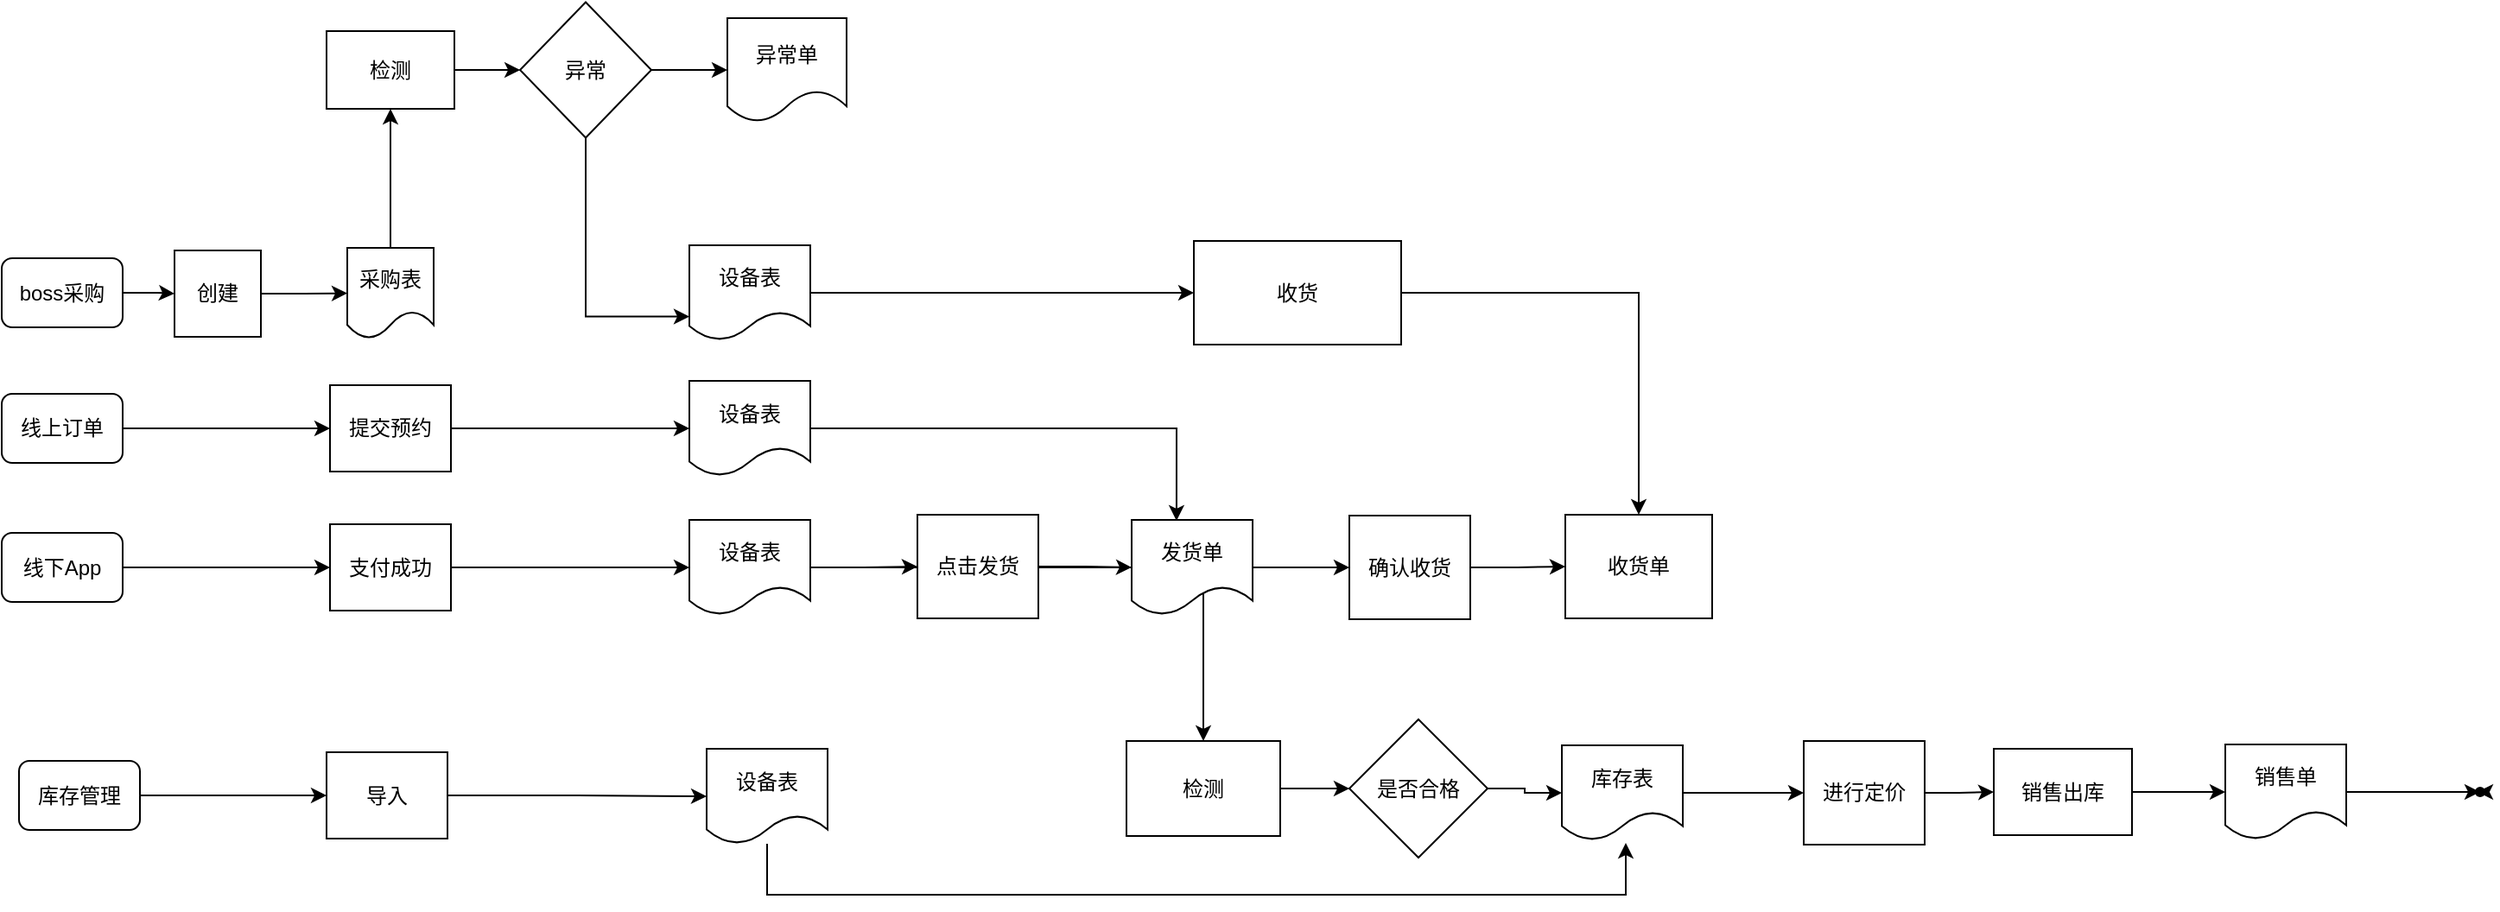
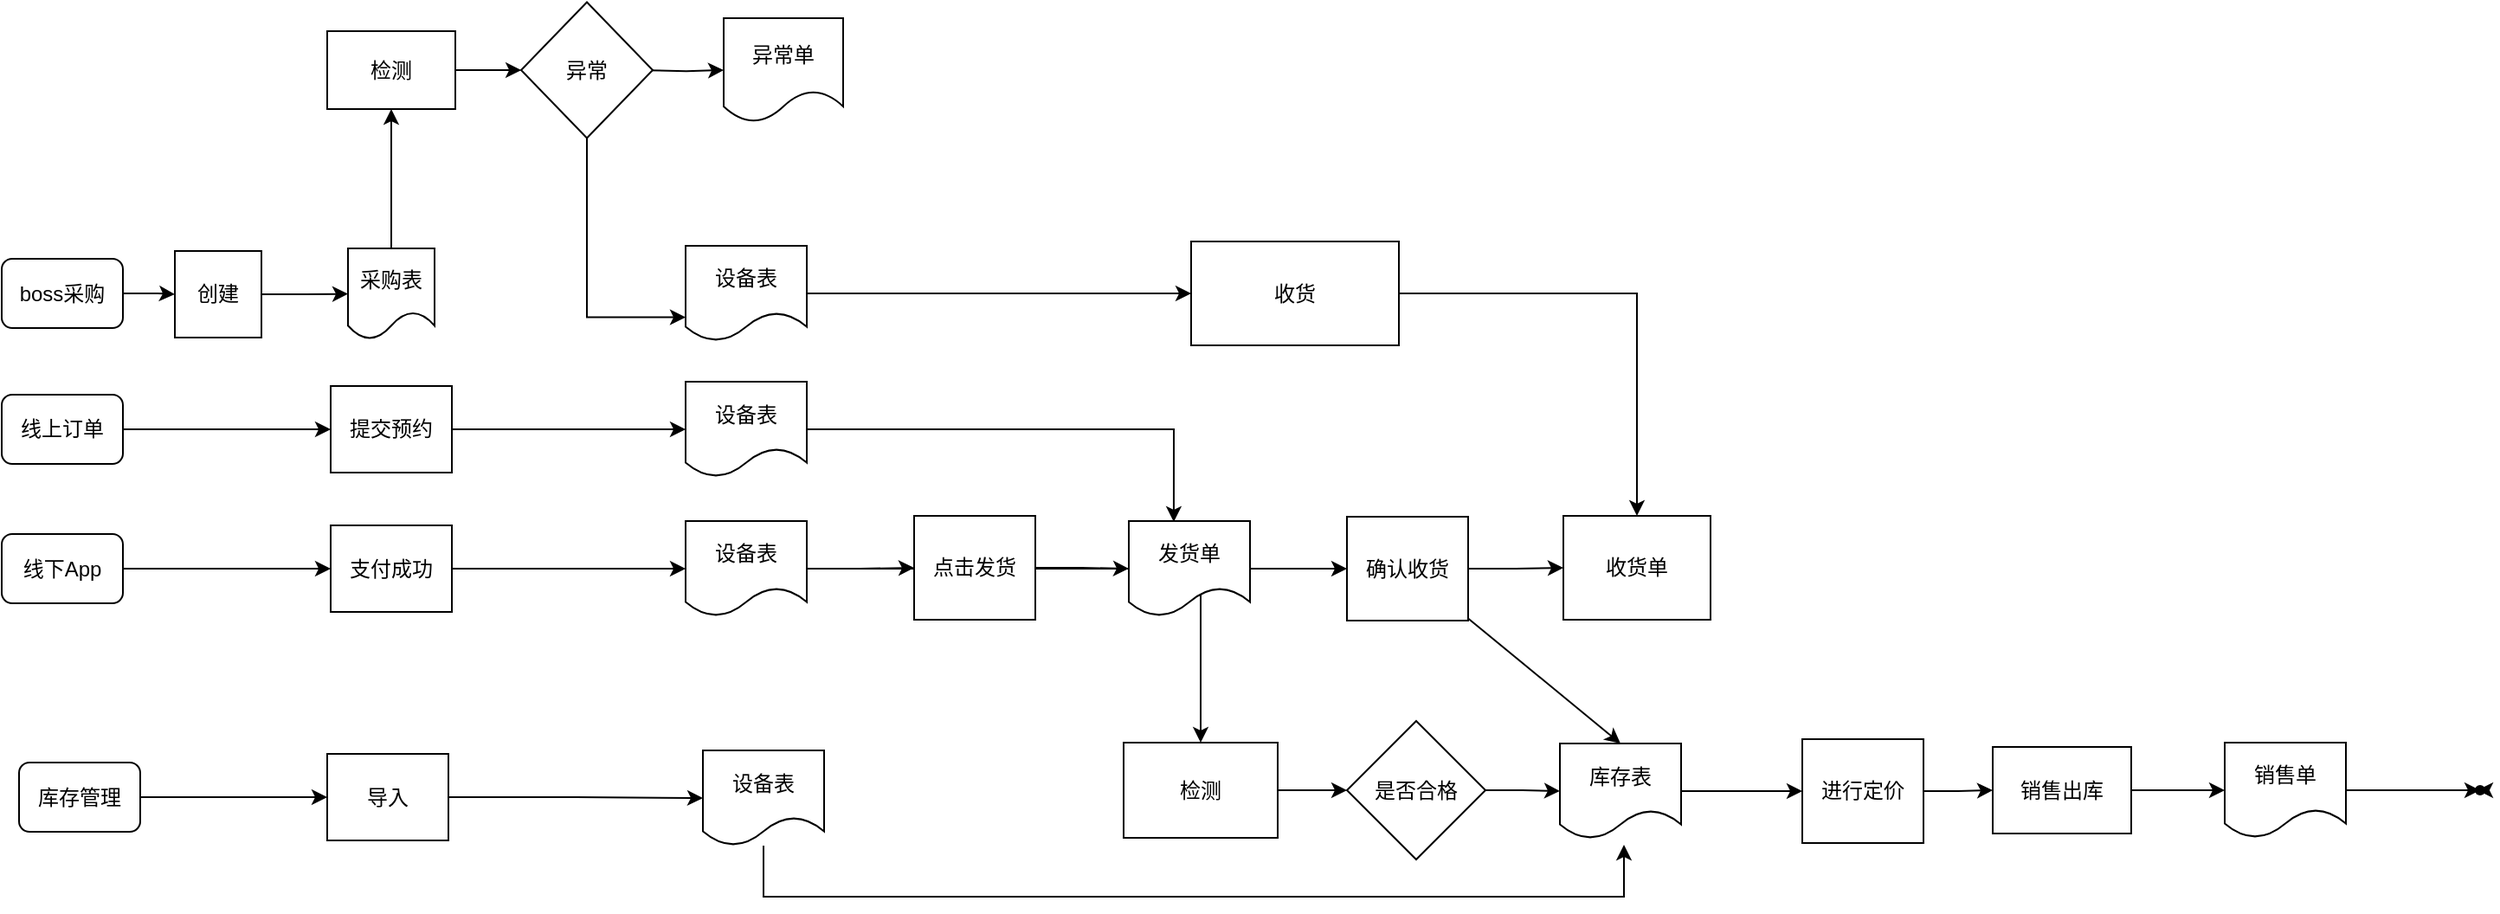
<mxfile host="app.diagrams.net">
  <diagram name="第 1 页" id="s3CgnVwbfZmktE_ADOAM">
    <mxGraphModel dx="1414" dy="1899" grid="1" gridSize="10" guides="1" tooltips="1" connect="1" arrows="1" fold="1" page="1" pageScale="1" pageWidth="827" pageHeight="1169" math="0" shadow="0">
      <root>
        <mxCell id="0" />
        <mxCell id="1" parent="0" />
        <mxCell id="9bAV4iDaCewVaVFpZhyE-6" edge="1" parent="1" source="9bAV4iDaCewVaVFpZhyE-1" style="edgeStyle=orthogonalEdgeStyle;rounded=0;orthogonalLoop=1;jettySize=auto;html=1;entryX=0;entryY=0.5;entryDx=0;entryDy=0;" target="9bAV4iDaCewVaVFpZhyE-5">
          <mxGeometry relative="1" as="geometry" />
        </mxCell>
        <mxCell id="9bAV4iDaCewVaVFpZhyE-1" parent="1" style="rounded=1;whiteSpace=wrap;html=1;" value="线上订单" vertex="1">
          <mxGeometry height="40" width="70" x="100" y="200" as="geometry" />
        </mxCell>
        <mxCell id="9bAV4iDaCewVaVFpZhyE-8" edge="1" parent="1" source="9bAV4iDaCewVaVFpZhyE-2" style="edgeStyle=orthogonalEdgeStyle;rounded=0;orthogonalLoop=1;jettySize=auto;html=1;entryX=0;entryY=0.5;entryDx=0;entryDy=0;" target="9bAV4iDaCewVaVFpZhyE-7">
          <mxGeometry relative="1" as="geometry" />
        </mxCell>
        <mxCell id="9bAV4iDaCewVaVFpZhyE-2" parent="1" style="rounded=1;whiteSpace=wrap;html=1;" value="线下App" vertex="1">
          <mxGeometry height="40" width="70" x="100" y="280.5" as="geometry" />
        </mxCell>
        <mxCell id="9bAV4iDaCewVaVFpZhyE-18" edge="1" parent="1" source="9bAV4iDaCewVaVFpZhyE-4" style="edgeStyle=orthogonalEdgeStyle;rounded=0;orthogonalLoop=1;jettySize=auto;html=1;entryX=0;entryY=0.5;entryDx=0;entryDy=0;" target="9bAV4iDaCewVaVFpZhyE-17">
          <mxGeometry relative="1" as="geometry" />
        </mxCell>
        <mxCell id="9bAV4iDaCewVaVFpZhyE-4" parent="1" style="rounded=1;whiteSpace=wrap;html=1;" value="boss采购" vertex="1">
          <mxGeometry height="40" width="70" x="100" y="121.5" as="geometry" />
        </mxCell>
        <mxCell id="9bAV4iDaCewVaVFpZhyE-13" edge="1" parent="1" source="9bAV4iDaCewVaVFpZhyE-5" style="edgeStyle=orthogonalEdgeStyle;rounded=0;orthogonalLoop=1;jettySize=auto;html=1;entryX=0;entryY=0.5;entryDx=0;entryDy=0;" target="9bAV4iDaCewVaVFpZhyE-10">
          <mxGeometry relative="1" as="geometry" />
        </mxCell>
        <mxCell id="9bAV4iDaCewVaVFpZhyE-5" parent="1" style="rounded=0;whiteSpace=wrap;html=1;" value="提交预约" vertex="1">
          <mxGeometry height="50" width="70" x="290" y="195" as="geometry" />
        </mxCell>
        <mxCell id="9bAV4iDaCewVaVFpZhyE-14" edge="1" parent="1" source="9bAV4iDaCewVaVFpZhyE-7" style="edgeStyle=orthogonalEdgeStyle;rounded=0;orthogonalLoop=1;jettySize=auto;html=1;entryX=0;entryY=0.5;entryDx=0;entryDy=0;" target="9bAV4iDaCewVaVFpZhyE-11">
          <mxGeometry relative="1" as="geometry" />
        </mxCell>
        <mxCell id="9bAV4iDaCewVaVFpZhyE-7" parent="1" style="rounded=0;whiteSpace=wrap;html=1;" value="支付成功" vertex="1">
          <mxGeometry height="50" width="70" x="290" y="275.5" as="geometry" />
        </mxCell>
        <mxCell id="GVKssT9AvyQaVMVPeHK4-71" edge="1" parent="1" source="9bAV4iDaCewVaVFpZhyE-9" style="edgeStyle=orthogonalEdgeStyle;rounded=0;orthogonalLoop=1;jettySize=auto;html=1;" target="GVKssT9AvyQaVMVPeHK4-56" value="">
          <mxGeometry relative="1" as="geometry" />
        </mxCell>
        <mxCell id="9bAV4iDaCewVaVFpZhyE-9" parent="1" style="rounded=0;whiteSpace=wrap;html=1;" value="检测" vertex="1">
          <mxGeometry height="45" width="74" x="288" y="-10" as="geometry" />
        </mxCell>
        <mxCell id="9bAV4iDaCewVaVFpZhyE-10" parent="1" style="shape=document;whiteSpace=wrap;html=1;boundedLbl=1;" value="设备表" vertex="1">
-           <mxGeometry height="55" width="70" x="498" y="192.5" as="geometry" />
+           <mxGeometry height="55" width="70" x="495" y="192.5" as="geometry" />
        </mxCell>
        <mxCell id="GVKssT9AvyQaVMVPeHK4-16" edge="1" parent="1" source="9bAV4iDaCewVaVFpZhyE-11" style="edgeStyle=orthogonalEdgeStyle;rounded=0;orthogonalLoop=1;jettySize=auto;html=1;entryX=0.5;entryY=0;entryDx=0;entryDy=0;" target="GVKssT9AvyQaVMVPeHK4-11">
          <mxGeometry relative="1" as="geometry" />
        </mxCell>
        <mxCell id="GVKssT9AvyQaVMVPeHK4-46" edge="1" parent="1" source="9bAV4iDaCewVaVFpZhyE-11" style="edgeStyle=orthogonalEdgeStyle;rounded=0;orthogonalLoop=1;jettySize=auto;html=1;entryX=0;entryY=0.5;entryDx=0;entryDy=0;" target="GVKssT9AvyQaVMVPeHK4-45">
          <mxGeometry relative="1" as="geometry" />
        </mxCell>
        <mxCell id="9bAV4iDaCewVaVFpZhyE-11" parent="1" style="shape=document;whiteSpace=wrap;html=1;boundedLbl=1;" value="设备表" vertex="1">
-           <mxGeometry height="55" width="70" x="498" y="273" as="geometry" />
+           <mxGeometry height="55" width="70" x="495" y="273" as="geometry" />
        </mxCell>
        <mxCell id="GVKssT9AvyQaVMVPeHK4-54" edge="1" parent="1" source="9bAV4iDaCewVaVFpZhyE-12" style="edgeStyle=orthogonalEdgeStyle;rounded=0;orthogonalLoop=1;jettySize=auto;html=1;" target="GVKssT9AvyQaVMVPeHK4-53" value="">
          <mxGeometry relative="1" as="geometry" />
        </mxCell>
        <mxCell id="9bAV4iDaCewVaVFpZhyE-12" parent="1" style="shape=document;whiteSpace=wrap;html=1;boundedLbl=1;" value="设备表" vertex="1">
-           <mxGeometry height="55" width="70" x="498" y="114" as="geometry" />
+           <mxGeometry height="55" width="70" x="495" y="114" as="geometry" />
        </mxCell>
        <mxCell id="9bAV4iDaCewVaVFpZhyE-20" edge="1" parent="1" source="9bAV4iDaCewVaVFpZhyE-17" style="edgeStyle=orthogonalEdgeStyle;rounded=0;orthogonalLoop=1;jettySize=auto;html=1;entryX=0;entryY=0.5;entryDx=0;entryDy=0;" target="9bAV4iDaCewVaVFpZhyE-19">
          <mxGeometry relative="1" as="geometry" />
        </mxCell>
        <mxCell id="9bAV4iDaCewVaVFpZhyE-17" parent="1" style="rounded=0;whiteSpace=wrap;html=1;" value="创建" vertex="1">
          <mxGeometry height="50" width="50" x="200" y="117" as="geometry" />
        </mxCell>
        <mxCell id="GVKssT9AvyQaVMVPeHK4-70" edge="1" parent="1" source="9bAV4iDaCewVaVFpZhyE-19" style="edgeStyle=orthogonalEdgeStyle;rounded=0;orthogonalLoop=1;jettySize=auto;html=1;" target="9bAV4iDaCewVaVFpZhyE-9" value="">
          <mxGeometry relative="1" as="geometry" />
        </mxCell>
        <mxCell id="9bAV4iDaCewVaVFpZhyE-19" parent="1" style="shape=document;whiteSpace=wrap;html=1;boundedLbl=1;" value="采购表" vertex="1">
          <mxGeometry height="52.5" width="50" x="300" y="115.5" as="geometry" />
        </mxCell>
        <mxCell id="GVKssT9AvyQaVMVPeHK4-67" edge="1" parent="1" source="GVKssT9AvyQaVMVPeHK4-10" style="edgeStyle=orthogonalEdgeStyle;rounded=0;orthogonalLoop=1;jettySize=auto;html=1;" target="GVKssT9AvyQaVMVPeHK4-13" value="">
          <mxGeometry relative="1" as="geometry" />
        </mxCell>
        <mxCell id="GVKssT9AvyQaVMVPeHK4-10" parent="1" style="rhombus;whiteSpace=wrap;html=1;" value="是否合格" vertex="1">
-           <mxGeometry height="80" width="80" x="880" y="388.5" as="geometry" />
+           <mxGeometry height="80" width="80" x="877" y="388.5" as="geometry" />
        </mxCell>
        <mxCell id="GVKssT9AvyQaVMVPeHK4-74" edge="1" parent="1" source="GVKssT9AvyQaVMVPeHK4-11" style="edgeStyle=orthogonalEdgeStyle;rounded=0;orthogonalLoop=1;jettySize=auto;html=1;" target="GVKssT9AvyQaVMVPeHK4-10" value="">
          <mxGeometry relative="1" as="geometry" />
        </mxCell>
        <mxCell id="GVKssT9AvyQaVMVPeHK4-11" parent="1" style="rounded=0;whiteSpace=wrap;html=1;" value="&lt;span style=&quot;text-align: left;&quot;&gt;检测&lt;/span&gt;" vertex="1">
-           <mxGeometry height="55" width="89" x="751" y="401" as="geometry" />
+           <mxGeometry height="55" width="89" x="748" y="401" as="geometry" />
        </mxCell>
        <mxCell id="GVKssT9AvyQaVMVPeHK4-60" edge="1" parent="1" source="GVKssT9AvyQaVMVPeHK4-13" style="edgeStyle=orthogonalEdgeStyle;rounded=0;orthogonalLoop=1;jettySize=auto;html=1;" target="GVKssT9AvyQaVMVPeHK4-19" value="">
          <mxGeometry relative="1" as="geometry" />
        </mxCell>
        <mxCell id="GVKssT9AvyQaVMVPeHK4-13" parent="1" style="shape=document;whiteSpace=wrap;html=1;boundedLbl=1;" value="库存表" vertex="1">
-           <mxGeometry height="55" width="70" x="1003" y="403.5" as="geometry" />
+           <mxGeometry height="55" width="70" x="1000" y="401.5" as="geometry" />
        </mxCell>
        <mxCell id="GVKssT9AvyQaVMVPeHK4-22" edge="1" parent="1" source="GVKssT9AvyQaVMVPeHK4-19" style="edgeStyle=orthogonalEdgeStyle;rounded=0;orthogonalLoop=1;jettySize=auto;html=1;" target="GVKssT9AvyQaVMVPeHK4-21" value="">
          <mxGeometry relative="1" as="geometry" />
        </mxCell>
        <mxCell id="GVKssT9AvyQaVMVPeHK4-19" parent="1" style="rounded=0;whiteSpace=wrap;html=1;" value="进行定价" vertex="1">
-           <mxGeometry height="60" width="70" x="1143" y="401" as="geometry" />
+           <mxGeometry height="60" width="70" x="1140" y="399" as="geometry" />
        </mxCell>
        <mxCell id="GVKssT9AvyQaVMVPeHK4-25" edge="1" parent="1" source="GVKssT9AvyQaVMVPeHK4-21" style="edgeStyle=orthogonalEdgeStyle;rounded=0;orthogonalLoop=1;jettySize=auto;html=1;" target="GVKssT9AvyQaVMVPeHK4-24" value="">
          <mxGeometry relative="1" as="geometry" />
        </mxCell>
        <mxCell id="GVKssT9AvyQaVMVPeHK4-21" parent="1" style="whiteSpace=wrap;html=1;rounded=0;" value="销售出库" vertex="1">
-           <mxGeometry height="50" width="80" x="1253" y="405.5" as="geometry" />
+           <mxGeometry height="50" width="80" x="1250" y="403.5" as="geometry" />
        </mxCell>
        <mxCell id="GVKssT9AvyQaVMVPeHK4-62" edge="1" parent="1" source="GVKssT9AvyQaVMVPeHK4-61" style="edgeStyle=orthogonalEdgeStyle;rounded=0;orthogonalLoop=1;jettySize=auto;html=1;" value="">
          <mxGeometry relative="1" as="geometry">
-             <mxPoint x="1533" y="431" as="targetPoint" />
+             <mxPoint x="1530" y="429" as="targetPoint" />
          </mxGeometry>
        </mxCell>
        <mxCell id="GVKssT9AvyQaVMVPeHK4-24" parent="1" style="shape=document;whiteSpace=wrap;html=1;boundedLbl=1;" value="销售单" vertex="1">
-           <mxGeometry height="55" width="70" x="1387" y="403" as="geometry" />
+           <mxGeometry height="55" width="70" x="1384" y="401" as="geometry" />
        </mxCell>
        <mxCell id="GVKssT9AvyQaVMVPeHK4-50" edge="1" parent="1" source="GVKssT9AvyQaVMVPeHK4-26" style="edgeStyle=orthogonalEdgeStyle;rounded=0;orthogonalLoop=1;jettySize=auto;html=1;" target="GVKssT9AvyQaVMVPeHK4-49" value="">
          <mxGeometry relative="1" as="geometry" />
        </mxCell>
        <mxCell id="GVKssT9AvyQaVMVPeHK4-26" parent="1" style="shape=document;whiteSpace=wrap;html=1;boundedLbl=1;" value="发货单" vertex="1">
-           <mxGeometry height="55" width="70" x="754" y="273" as="geometry" />
+           <mxGeometry height="55" width="70" x="751" y="273" as="geometry" />
        </mxCell>
        <mxCell id="GVKssT9AvyQaVMVPeHK4-30" edge="1" parent="1" source="9bAV4iDaCewVaVFpZhyE-2" style="edgeStyle=orthogonalEdgeStyle;rounded=0;orthogonalLoop=1;jettySize=auto;html=1;exitX=0.5;exitY=1;exitDx=0;exitDy=0;" target="9bAV4iDaCewVaVFpZhyE-2">
          <mxGeometry relative="1" as="geometry" />
        </mxCell>
        <mxCell id="GVKssT9AvyQaVMVPeHK4-31" edge="1" parent="1" style="edgeStyle=orthogonalEdgeStyle;rounded=0;orthogonalLoop=1;jettySize=auto;html=1;exitX=0.5;exitY=1;exitDx=0;exitDy=0;">
          <mxGeometry relative="1" as="geometry">
            <mxPoint x="200" y="390" as="sourcePoint" />
            <mxPoint x="200" y="390" as="targetPoint" />
          </mxGeometry>
        </mxCell>
        <mxCell id="GVKssT9AvyQaVMVPeHK4-34" edge="1" parent="1" source="GVKssT9AvyQaVMVPeHK4-32" style="edgeStyle=orthogonalEdgeStyle;rounded=0;orthogonalLoop=1;jettySize=auto;html=1;entryX=0;entryY=0.5;entryDx=0;entryDy=0;" target="GVKssT9AvyQaVMVPeHK4-33">
          <mxGeometry relative="1" as="geometry" />
        </mxCell>
        <mxCell id="GVKssT9AvyQaVMVPeHK4-32" parent="1" style="rounded=1;whiteSpace=wrap;html=1;" value="库存管理" vertex="1">
          <mxGeometry height="40" width="70" x="110" y="412.5" as="geometry" />
        </mxCell>
        <mxCell id="GVKssT9AvyQaVMVPeHK4-33" parent="1" style="rounded=0;whiteSpace=wrap;html=1;" value="导入" vertex="1">
          <mxGeometry height="50" width="70" x="288" y="407.5" as="geometry" />
        </mxCell>
        <mxCell id="GVKssT9AvyQaVMVPeHK4-39" edge="1" parent="1" style="edgeStyle=orthogonalEdgeStyle;rounded=0;orthogonalLoop=1;jettySize=auto;html=1;exitX=0.5;exitY=1;exitDx=0;exitDy=0;">
          <mxGeometry relative="1" as="geometry">
            <mxPoint x="133" y="453.5" as="sourcePoint" />
            <mxPoint x="133" y="453.5" as="targetPoint" />
          </mxGeometry>
        </mxCell>
        <mxCell id="GVKssT9AvyQaVMVPeHK4-75" edge="1" parent="1" source="GVKssT9AvyQaVMVPeHK4-40" style="edgeStyle=orthogonalEdgeStyle;rounded=0;orthogonalLoop=1;jettySize=auto;html=1;">
          <mxGeometry relative="1" as="geometry">
            <Array as="points">
-               <mxPoint x="543" y="490" />
-               <mxPoint x="1040" y="490" />
+               <mxPoint x="540" y="490" />
+               <mxPoint x="1037" y="490" />
            </Array>
-             <mxPoint x="1040" y="460" as="targetPoint" />
+             <mxPoint x="1037" y="460" as="targetPoint" />
          </mxGeometry>
        </mxCell>
        <mxCell id="GVKssT9AvyQaVMVPeHK4-40" parent="1" style="shape=document;whiteSpace=wrap;html=1;boundedLbl=1;" value="设备表" vertex="1">
-           <mxGeometry height="55" width="70" x="508" y="405.5" as="geometry" />
+           <mxGeometry height="55" width="70" x="505" y="405.5" as="geometry" />
        </mxCell>
        <mxCell id="GVKssT9AvyQaVMVPeHK4-41" edge="1" parent="1" source="GVKssT9AvyQaVMVPeHK4-33" style="edgeStyle=orthogonalEdgeStyle;rounded=0;orthogonalLoop=1;jettySize=auto;html=1;entryX=0;entryY=0.5;entryDx=0;entryDy=0;" target="GVKssT9AvyQaVMVPeHK4-40">
          <mxGeometry relative="1" as="geometry" />
        </mxCell>
        <mxCell id="GVKssT9AvyQaVMVPeHK4-47" edge="1" parent="1" source="GVKssT9AvyQaVMVPeHK4-45" style="edgeStyle=orthogonalEdgeStyle;rounded=0;orthogonalLoop=1;jettySize=auto;html=1;entryX=0;entryY=0.5;entryDx=0;entryDy=0;" target="GVKssT9AvyQaVMVPeHK4-26">
          <mxGeometry relative="1" as="geometry" />
        </mxCell>
        <mxCell id="GVKssT9AvyQaVMVPeHK4-45" parent="1" style="rounded=0;whiteSpace=wrap;html=1;" value="点击发货" vertex="1">
-           <mxGeometry height="60" width="70" x="630" y="270" as="geometry" />
+           <mxGeometry height="60" width="70" x="627" y="270" as="geometry" />
        </mxCell>
        <mxCell id="GVKssT9AvyQaVMVPeHK4-48" edge="1" parent="1" source="9bAV4iDaCewVaVFpZhyE-10" style="edgeStyle=orthogonalEdgeStyle;rounded=0;orthogonalLoop=1;jettySize=auto;html=1;entryX=0.371;entryY=0.009;entryDx=0;entryDy=0;entryPerimeter=0;" target="GVKssT9AvyQaVMVPeHK4-26">
          <mxGeometry relative="1" as="geometry" />
        </mxCell>
        <mxCell id="GVKssT9AvyQaVMVPeHK4-52" edge="1" parent="1" source="GVKssT9AvyQaVMVPeHK4-49" style="edgeStyle=orthogonalEdgeStyle;rounded=0;orthogonalLoop=1;jettySize=auto;html=1;" target="GVKssT9AvyQaVMVPeHK4-51" value="">
          <mxGeometry relative="1" as="geometry" />
        </mxCell>
+         <mxCell id="GVKssT9AvyQaVMVPeHK4-76" edge="1" parent="1" source="GVKssT9AvyQaVMVPeHK4-49" style="rounded=0;orthogonalLoop=1;jettySize=auto;html=1;entryX=0.5;entryY=0;entryDx=0;entryDy=0;" target="GVKssT9AvyQaVMVPeHK4-13">
+           <mxGeometry relative="1" as="geometry" />
+         </mxCell>
        <mxCell id="GVKssT9AvyQaVMVPeHK4-49" parent="1" style="whiteSpace=wrap;html=1;" value="确认收货" vertex="1">
-           <mxGeometry height="60" width="70" x="880" y="270.5" as="geometry" />
+           <mxGeometry height="60" width="70" x="877" y="270.5" as="geometry" />
        </mxCell>
        <mxCell id="GVKssT9AvyQaVMVPeHK4-51" parent="1" style="whiteSpace=wrap;html=1;" value="收货单" vertex="1">
-           <mxGeometry height="60" width="85" x="1005" y="270" as="geometry" />
+           <mxGeometry height="60" width="85" x="1002" y="270" as="geometry" />
        </mxCell>
        <mxCell id="GVKssT9AvyQaVMVPeHK4-55" edge="1" parent="1" source="GVKssT9AvyQaVMVPeHK4-53" style="edgeStyle=orthogonalEdgeStyle;rounded=0;orthogonalLoop=1;jettySize=auto;html=1;entryX=0.5;entryY=0;entryDx=0;entryDy=0;" target="GVKssT9AvyQaVMVPeHK4-51">
          <mxGeometry relative="1" as="geometry" />
        </mxCell>
        <mxCell id="GVKssT9AvyQaVMVPeHK4-53" parent="1" style="whiteSpace=wrap;html=1;" value="收货" vertex="1">
-           <mxGeometry height="60" width="120" x="790" y="111.5" as="geometry" />
-         </mxCell>
-         <mxCell id="GVKssT9AvyQaVMVPeHK4-72" edge="1" parent="1" source="GVKssT9AvyQaVMVPeHK4-56" style="edgeStyle=orthogonalEdgeStyle;rounded=0;orthogonalLoop=1;jettySize=auto;html=1;" target="GVKssT9AvyQaVMVPeHK4-58" value="">
-           <mxGeometry relative="1" as="geometry" />
+           <mxGeometry height="60" width="120" x="787" y="111.5" as="geometry" />
+         </mxCell>
+         <mxCell id="GVKssT9AvyQaVMVPeHK4-72" edge="1" parent="1" style="edgeStyle=orthogonalEdgeStyle;rounded=0;orthogonalLoop=1;jettySize=auto;html=1;" target="GVKssT9AvyQaVMVPeHK4-58" value="">
+           <mxGeometry relative="1" as="geometry">
+             <mxPoint x="472.9031847133758" y="12.599999999999909" as="sourcePoint" />
+           </mxGeometry>
        </mxCell>
        <mxCell id="GVKssT9AvyQaVMVPeHK4-73" edge="1" parent="1" source="GVKssT9AvyQaVMVPeHK4-56" style="edgeStyle=orthogonalEdgeStyle;rounded=0;orthogonalLoop=1;jettySize=auto;html=1;entryX=0;entryY=0.75;entryDx=0;entryDy=0;exitX=0.5;exitY=1;exitDx=0;exitDy=0;" target="9bAV4iDaCewVaVFpZhyE-12">
          <mxGeometry relative="1" as="geometry" />
        </mxCell>
        <mxCell id="GVKssT9AvyQaVMVPeHK4-56" parent="1" style="rhombus;whiteSpace=wrap;html=1;rounded=0;" value="异常" vertex="1">
          <mxGeometry height="78.5" width="76" x="400" y="-26.75" as="geometry" />
        </mxCell>
        <mxCell id="GVKssT9AvyQaVMVPeHK4-58" parent="1" style="shape=document;whiteSpace=wrap;html=1;boundedLbl=1;rounded=0;" value="异常单" vertex="1">
-           <mxGeometry height="60" width="69" x="520" y="-17.5" as="geometry" />
+           <mxGeometry height="60" width="69" x="517" y="-17.5" as="geometry" />
        </mxCell>
        <mxCell id="GVKssT9AvyQaVMVPeHK4-65" edge="1" parent="1" source="GVKssT9AvyQaVMVPeHK4-24" style="edgeStyle=orthogonalEdgeStyle;rounded=0;orthogonalLoop=1;jettySize=auto;html=1;" target="GVKssT9AvyQaVMVPeHK4-61" value="">
          <mxGeometry relative="1" as="geometry">
-             <mxPoint x="1457" y="431" as="sourcePoint" />
-             <mxPoint x="1533" y="431" as="targetPoint" />
+             <mxPoint x="1454" y="429" as="sourcePoint" />
+             <mxPoint x="1530" y="429" as="targetPoint" />
          </mxGeometry>
        </mxCell>
        <mxCell id="GVKssT9AvyQaVMVPeHK4-61" parent="1" style="shape=waypoint;sketch=0;size=6;pointerEvents=1;points=[];fillColor=default;resizable=0;rotatable=0;perimeter=centerPerimeter;snapToPoint=1;" value="" vertex="1">
-           <mxGeometry height="20" width="20" x="1524.5" y="420.5" as="geometry" />
+           <mxGeometry height="20" width="20" x="1521.5" y="418.5" as="geometry" />
        </mxCell>
      </root>
    </mxGraphModel>
  </diagram>
</mxfile>
